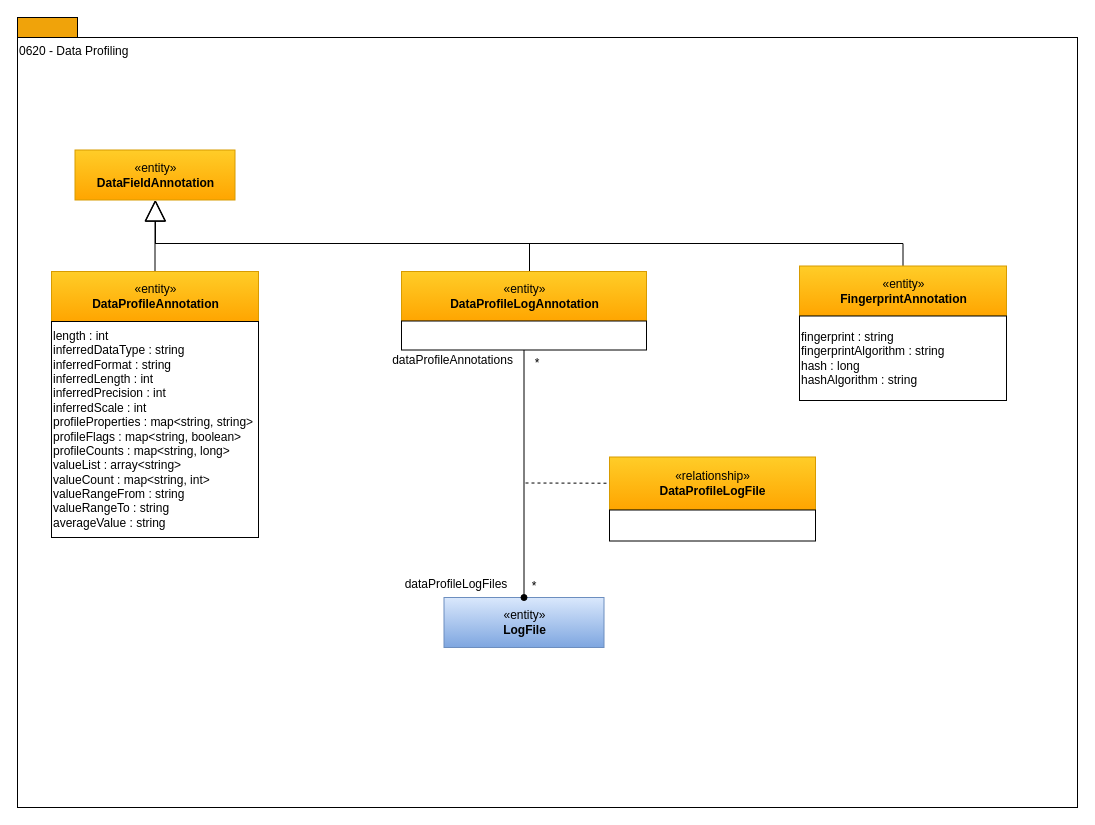
Above: page "0620-Data-Profiling" (10 of 17) of site/docs/types/6/area-6-discovery.drawio in odpi/egeria-docs (draw.io), before the change. Source tidied: cells renumbered, new cells numbered last; positions are measured from the earlier drawing's top-left corner, leaving out a move shared by most shapes. Both pictures are drawn from the tidied source at 100%, with x=0, y=0 at pixel (17, 17).
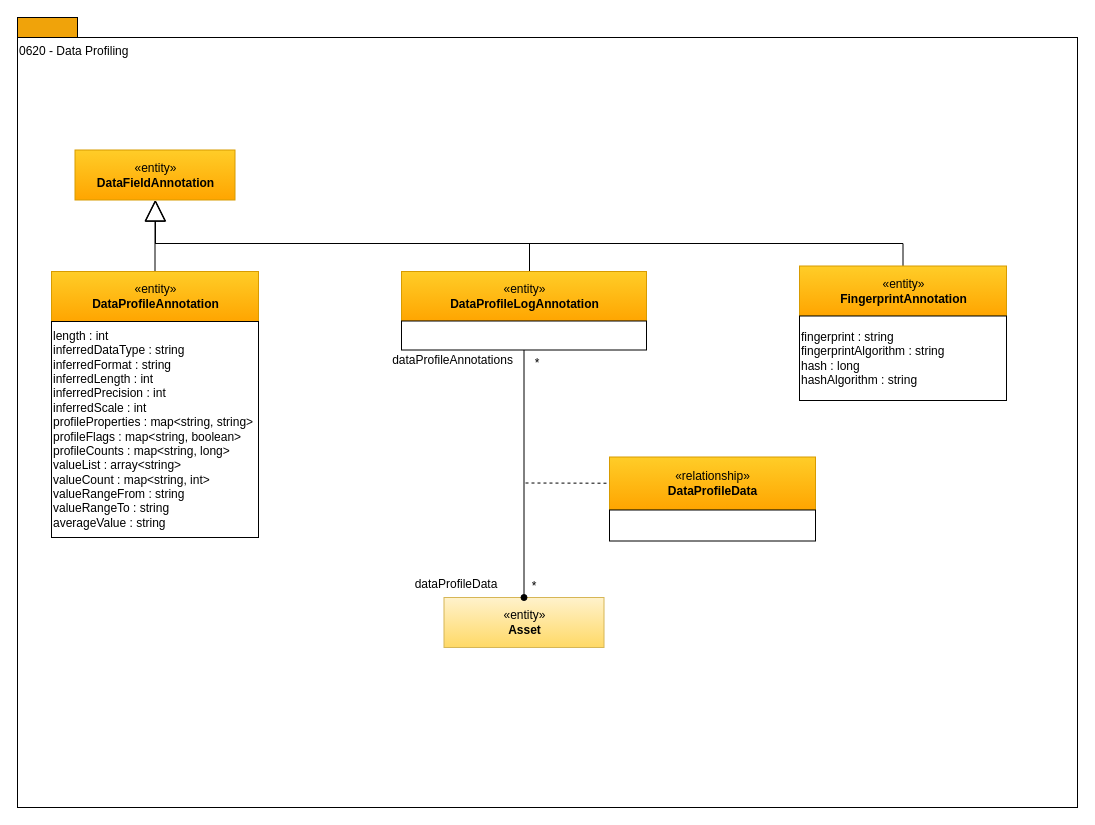
Above is the later version.

The edit, as a diff of the source:
```diff
@@
-    <mxCell id="11" value="«entity»&lt;br&gt;&lt;b&gt;LogFile&lt;/b&gt;" style="html=1;strokeColor=#6c8ebf;align=center;fillColor=#dae8fc;gradientColor=#7ea6e0;" parent="1" vertex="1">
+    <mxCell id="11" value="«entity»&lt;br&gt;&lt;b&gt;Asset&lt;/b&gt;" style="html=1;strokeColor=#d6b656;align=center;fillColor=#fff2cc;gradientColor=#ffd966;" parent="1" vertex="1">
       <mxGeometry x="426.5" y="580" width="160" height="50" as="geometry" />
     </mxCell>
@@
-    <mxCell id="13" value="dataProfileLogFiles" style="text;html=1;strokeColor=none;fillColor=none;align=center;verticalAlign=middle;whiteSpace=wrap;rounded=0;" parent="1" vertex="1">
+    <mxCell id="13" value="dataProfileData" style="text;html=1;strokeColor=none;fillColor=none;align=center;verticalAlign=middle;whiteSpace=wrap;rounded=0;" parent="1" vertex="1">
       <mxGeometry x="374" y="556.5" width="130" height="20" as="geometry" />
     </mxCell>
@@
-    <mxCell id="16" value="«relationship»&lt;br&gt;&lt;b&gt;DataProfileLogFile&lt;/b&gt;" style="html=1;strokeColor=#d79b00;align=center;fillColor=#ffcd28;gradientColor=#ffa500;" parent="1" vertex="1">
+    <mxCell id="16" value="«relationship»&lt;br&gt;&lt;b&gt;DataProfileData&lt;/b&gt;" style="html=1;strokeColor=#d79b00;align=center;fillColor=#ffcd28;gradientColor=#ffa500;" parent="1" vertex="1">
       <mxGeometry x="592" y="439.5" width="206" height="53" as="geometry" />
     </mxCell>
```
